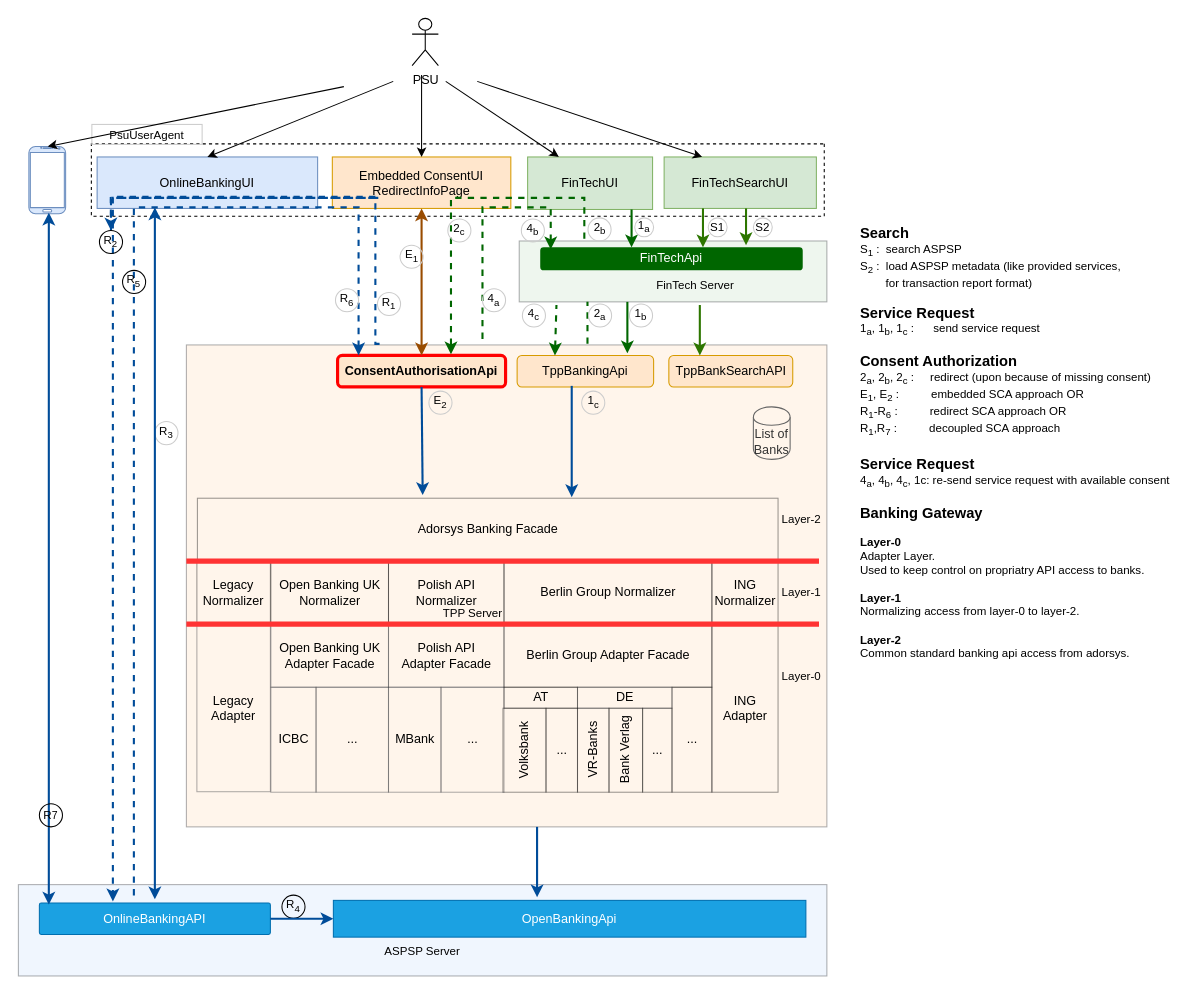
The draw.io diagram page "BankingGateway" (4 of 11) of docs/architecture/big-picture.drawio in adorsys/open-banking-gateway, before the edit. Source tidied: cells renumbered, new cells numbered last; positions are measured from the earlier drawing's top-left corner, leaving out a move shared by most shapes. Both pictures are drawn from the tidied source at 105%, with x=0, y=0 at pixel (18, -187).
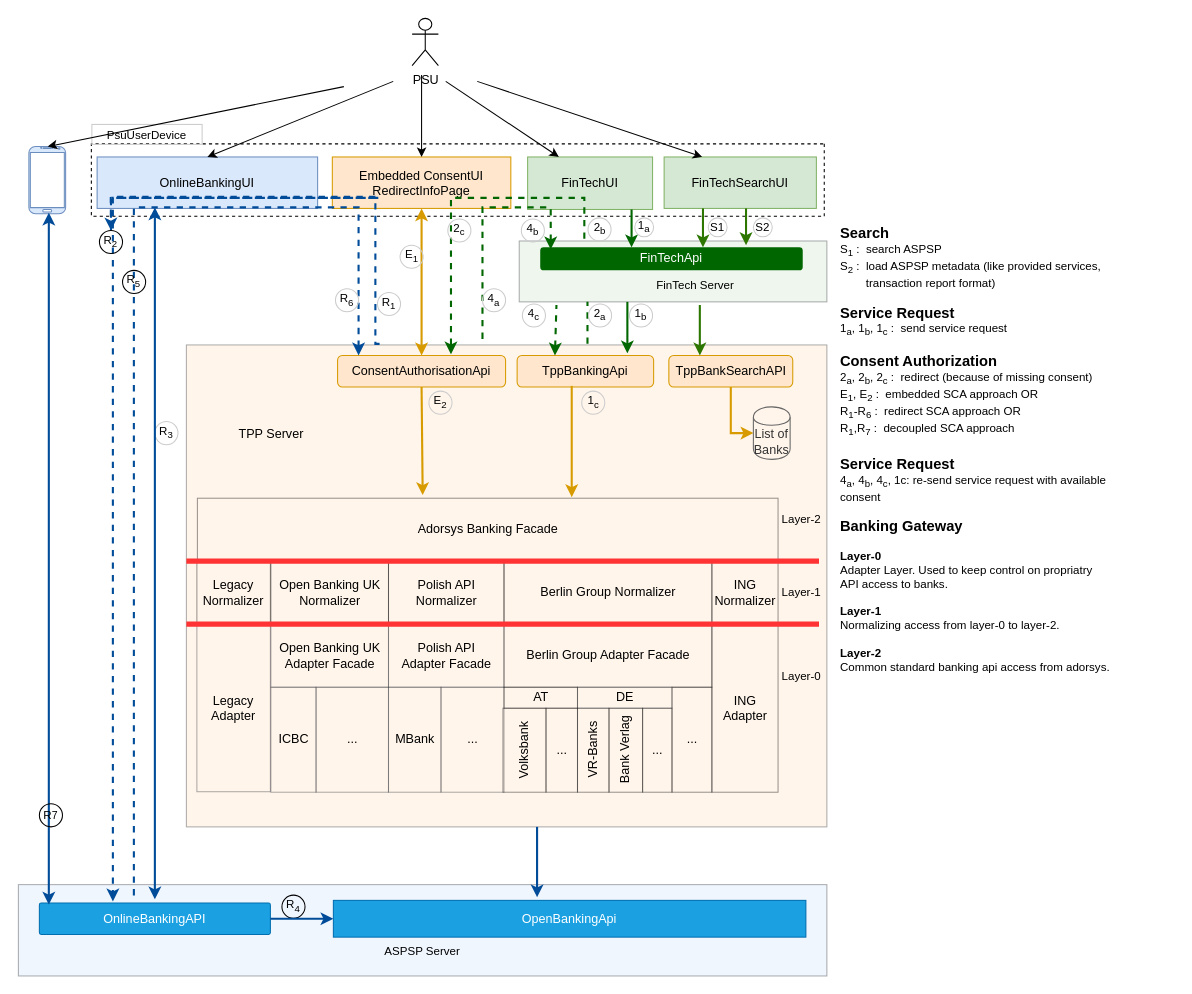
After the change.

The change refers to these unchanged cells:
```xml
<mxCell id="7" value="Embedded ConsentUI&lt;br&gt;RedirectInfoPage" style="rounded=0;whiteSpace=wrap;html=1;fillColor=#ffe6cc;strokeColor=#d79b00;fontColor=#000000;" parent="1" vertex="1">
  <mxGeometry x="299" y="327" width="170" height="49" as="geometry" />
</mxCell>
<mxCell id="47" value="Adorsys Banking Facade" style="rounded=0;whiteSpace=wrap;html=1;strokeColor=#000000;strokeWidth=1;fillColor=none;fontColor=#000000;opacity=40;" parent="1" vertex="1">
  <mxGeometry x="170.5" y="652" width="553" height="60" as="geometry" />
</mxCell>
<mxCell id="70" value="TppBankSearchAPI" style="rounded=1;whiteSpace=wrap;html=1;rotation=0;fillColor=#ffe6cc;strokeColor=#d79b00;fontColor=#000000;" parent="1" vertex="1">
  <mxGeometry x="619.5" y="516" width="118" height="30" as="geometry" />
</mxCell>
<mxCell id="79" value="List of Banks" style="shape=cylinder;whiteSpace=wrap;html=1;boundedLbl=1;backgroundOutline=1;rounded=1;fillColor=none;strokeColor=#666666;fontColor=#333333;" parent="1" vertex="1">
  <mxGeometry x="700" y="565" width="35" height="50" as="geometry" />
</mxCell>
```

Diff of the diagram source:
```diff
@@
-    <mxCell id="3" value="&lt;br&gt;&lt;br&gt;&lt;br&gt;&lt;br&gt;TPP Server&amp;nbsp;&amp;nbsp;&amp;nbsp;&amp;nbsp;&amp;nbsp;&amp;nbsp;&amp;nbsp;&amp;nbsp;&amp;nbsp;&amp;nbsp;&amp;nbsp;&amp;nbsp;&amp;nbsp;&amp;nbsp;&amp;nbsp;&amp;nbsp;&amp;nbsp;&amp;nbsp;&amp;nbsp;&amp;nbsp;&amp;nbsp; " style="rounded=0;whiteSpace=wrap;html=1;strokeColor=#36393d;strokeWidth=1;fillColor=#FFE6CC;fontSize=11;opacity=40;" parent="1" vertex="1">
+    <mxCell id="3" style="rounded=0;whiteSpace=wrap;html=1;strokeColor=#36393d;strokeWidth=1;fillColor=#FFE6CC;fontSize=11;opacity=40;" parent="1" vertex="1">
       <mxGeometry x="160" y="506" width="610" height="459" as="geometry" />
     </mxCell>
@@
-    <mxCell id="10" value="&lt;b&gt;ConsentAuthorisationApi&lt;/b&gt;" style="rounded=1;whiteSpace=wrap;html=1;rotation=0;fillColor=#ffe6cc;strokeColor=#FF0000;fontColor=#000000;strokeWidth=3;" parent="1" vertex="1">
+    <mxCell id="10" value="&lt;span&gt;ConsentAuthorisationApi&lt;/span&gt;" style="rounded=1;whiteSpace=wrap;html=1;rotation=0;fillColor=#ffe6cc;strokeColor=#D79B00;fontColor=#000000;strokeWidth=1;fontStyle=0;" parent="1" vertex="1">
       <mxGeometry x="304" y="516" width="160" height="30" as="geometry" />
     </mxCell>
-    <mxCell id="11" style="edgeStyle=orthogonalEdgeStyle;rounded=0;jettySize=auto;html=1;exitX=0.5;exitY=1;exitDx=0;exitDy=0;entryX=0.5;entryY=0;entryDx=0;entryDy=0;strokeColor=#994C00;strokeWidth=2;fontColor=#FFFFFF;startArrow=classic;startFill=1;" parent="1" edge="1" source="7" target="10">
+    <mxCell id="11" style="edgeStyle=orthogonalEdgeStyle;rounded=0;jettySize=auto;html=1;exitX=0.5;exitY=1;exitDx=0;exitDy=0;entryX=0.5;entryY=0;entryDx=0;entryDy=0;strokeColor=#D79B00;strokeWidth=2;fontColor=#FFFFFF;startArrow=classic;startFill=1;" parent="1" edge="1" source="7" target="10">
       <mxGeometry relative="1" as="geometry" />
     </mxCell>
@@
-    <mxCell id="39" value="PsuUserAgent" style="rounded=0;whiteSpace=wrap;html=1;strokeColor=#CCCCCC;strokeWidth=1;fillColor=none;fontSize=11;" parent="1" vertex="1">
+    <mxCell id="39" value="PsuUserDevice" style="rounded=0;whiteSpace=wrap;html=1;strokeColor=#CCCCCC;strokeWidth=1;fillColor=none;fontSize=11;" parent="1" vertex="1">
       <mxGeometry x="70" y="296" width="105" height="19" as="geometry" />
     </mxCell>
@@
+    <mxCell id="93" style="edgeStyle=orthogonalEdgeStyle;rounded=0;jettySize=auto;html=1;exitX=0.5;exitY=1;exitDx=0;exitDy=0;entryX=0;entryY=0.5;entryDx=0;entryDy=0;strokeColor=#D79B00;strokeWidth=2;" parent="1" edge="1" source="70" target="79">
+      <mxGeometry relative="1" as="geometry" />
+    </mxCell>
@@
-    <mxCell id="76" value="&lt;b&gt;&lt;font style=&quot;font-size: 14px&quot;&gt;Search&lt;/font&gt;&lt;/b&gt;&lt;br&gt;S&lt;sub&gt;1&lt;/sub&gt;&amp;nbsp;:&amp;nbsp; search ASPSP&lt;br&gt;S&lt;sub&gt;2&lt;/sub&gt;&amp;nbsp;:&amp;nbsp; load ASPSP metadata (like provided services, &lt;br&gt;&amp;nbsp; &amp;nbsp; &amp;nbsp; &amp;nbsp; for transaction report format)&lt;br&gt;&lt;br&gt;&lt;div&gt;&lt;b&gt;&lt;font style=&quot;font-size: 14px&quot;&gt;Service Request&lt;/font&gt;&lt;/b&gt;&lt;/div&gt;&lt;div&gt;1&lt;sub&gt;a&lt;/sub&gt;, 1&lt;sub&gt;b&lt;/sub&gt;, 1&lt;sub&gt;c&lt;/sub&gt;&amp;nbsp;:&amp;nbsp; &amp;nbsp; &amp;nbsp; send service request&lt;/div&gt;&lt;div&gt;&lt;br&gt;&lt;/div&gt;&lt;div style=&quot;font-size: 14px&quot;&gt;&lt;b&gt;Consent Authorization&lt;/b&gt;&lt;/div&gt;&lt;div&gt;2&lt;sub&gt;a&lt;/sub&gt;, 2&lt;sub&gt;b&lt;/sub&gt;, 2&lt;sub&gt;c&lt;/sub&gt;&amp;nbsp;:&amp;nbsp; &amp;nbsp; &amp;nbsp;redirect (upon because of missing consent)&lt;br&gt;&lt;/div&gt;&lt;div&gt;E&lt;sub&gt;1&lt;/sub&gt;, E&lt;sub&gt;2&lt;/sub&gt;&amp;nbsp;:&amp;nbsp; &amp;nbsp; &amp;nbsp; &amp;nbsp; &amp;nbsp; embedded SCA approach OR&amp;nbsp; &amp;nbsp; &amp;nbsp; &amp;nbsp;&lt;/div&gt;&lt;div&gt;R&lt;sub&gt;1&lt;/sub&gt;-R&lt;sub&gt;6&lt;/sub&gt;&amp;nbsp;:&amp;nbsp; &amp;nbsp; &amp;nbsp; &amp;nbsp; &amp;nbsp; redirect SCA approach OR&lt;/div&gt;&lt;div&gt;R&lt;sub&gt;1&lt;/sub&gt;,R&lt;sub&gt;7&lt;/sub&gt;&amp;nbsp;:&amp;nbsp; &amp;nbsp; &amp;nbsp; &amp;nbsp; &amp;nbsp; decoupled SCA approach&lt;/div&gt;&lt;div&gt;&lt;b&gt;&lt;font style=&quot;font-size: 14px&quot;&gt;&lt;br&gt;&lt;/font&gt;&lt;/b&gt;&lt;/div&gt;&lt;div&gt;&lt;b&gt;&lt;font style=&quot;font-size: 14px&quot;&gt;Service Request&lt;/font&gt;&lt;/b&gt;&lt;/div&gt;&lt;div&gt;4&lt;sub&gt;a&lt;/sub&gt;, 4&lt;sub&gt;b&lt;/sub&gt;, 4&lt;sub&gt;c&lt;/sub&gt;, 1c: re-send service request with available consent&lt;/div&gt;&lt;div&gt;&lt;br&gt;&lt;/div&gt;&lt;b&gt;&lt;font style=&quot;font-size: 14px&quot;&gt;Banking Gateway&lt;/font&gt;&lt;/b&gt;&lt;br&gt;&lt;br&gt;&lt;b&gt;Layer-0&lt;/b&gt;&lt;br&gt;Adapter Layer.&amp;nbsp;&lt;br&gt;Used to keep control on propriatry API access to banks.&lt;br&gt;&lt;br&gt;&lt;b&gt;Layer-1&lt;/b&gt;&lt;br&gt;Normalizing access from layer-0 to layer-2.&lt;br&gt;&lt;br&gt;&lt;b&gt;Layer-2&lt;/b&gt;&lt;br&gt;Common standard banking api access from adorsys." style="text;html=1;strokeColor=none;fillColor=none;align=left;verticalAlign=top;whiteSpace=wrap;rounded=0;fontSize=11;fontColor=#000000;" parent="1" vertex="1">
-      <mxGeometry x="800" y="385" width="300" height="455" as="geometry" />
+    <mxCell id="76" value="&lt;b&gt;&lt;font style=&quot;font-size: 14px&quot;&gt;Search&lt;/font&gt;&lt;/b&gt;&lt;br&gt;S&lt;sub&gt;1&lt;/sub&gt;&amp;nbsp;:&amp;nbsp; search ASPSP&lt;br&gt;S&lt;sub&gt;2&lt;/sub&gt;&amp;nbsp;:&amp;nbsp; load ASPSP metadata (like provided services, &lt;br&gt;&amp;nbsp; &amp;nbsp; &amp;nbsp; &amp;nbsp; transaction report format)&lt;br&gt;&lt;br&gt;&lt;div&gt;&lt;b&gt;&lt;font style=&quot;font-size: 14px&quot;&gt;Service Request&lt;/font&gt;&lt;/b&gt;&lt;/div&gt;&lt;div&gt;1&lt;sub&gt;a&lt;/sub&gt;, 1&lt;sub&gt;b&lt;/sub&gt;, 1&lt;sub&gt;c&lt;/sub&gt;&amp;nbsp;:&amp;nbsp; send service request&lt;/div&gt;&lt;div&gt;&lt;br&gt;&lt;/div&gt;&lt;div style=&quot;font-size: 14px&quot;&gt;&lt;b&gt;Consent Authorization&lt;/b&gt;&lt;/div&gt;&lt;div&gt;2&lt;sub&gt;a&lt;/sub&gt;, 2&lt;sub&gt;b&lt;/sub&gt;, 2&lt;sub&gt;c&lt;/sub&gt;&amp;nbsp;:&amp;nbsp; redirect (because of missing consent)&lt;br&gt;&lt;/div&gt;&lt;div&gt;E&lt;sub&gt;1&lt;/sub&gt;, E&lt;sub&gt;2&lt;/sub&gt;&amp;nbsp;:&amp;nbsp; embedded SCA approach OR&amp;nbsp; &amp;nbsp; &amp;nbsp; &amp;nbsp;&lt;/div&gt;&lt;div&gt;R&lt;sub&gt;1&lt;/sub&gt;-R&lt;sub&gt;6&lt;/sub&gt;&amp;nbsp;:&amp;nbsp; redirect SCA approach OR&lt;/div&gt;&lt;div&gt;R&lt;sub&gt;1&lt;/sub&gt;,R&lt;sub&gt;7&lt;/sub&gt;&amp;nbsp;:&amp;nbsp; decoupled SCA approach&lt;/div&gt;&lt;div&gt;&lt;b&gt;&lt;font style=&quot;font-size: 14px&quot;&gt;&lt;br&gt;&lt;/font&gt;&lt;/b&gt;&lt;/div&gt;&lt;div&gt;&lt;b&gt;&lt;font style=&quot;font-size: 14px&quot;&gt;Service Request&lt;/font&gt;&lt;/b&gt;&lt;/div&gt;&lt;div&gt;4&lt;sub&gt;a&lt;/sub&gt;, 4&lt;sub&gt;b&lt;/sub&gt;, 4&lt;sub&gt;c&lt;/sub&gt;, 1c: re-send service request with available consent&lt;/div&gt;&lt;div&gt;&lt;br&gt;&lt;/div&gt;&lt;b&gt;&lt;font style=&quot;font-size: 14px&quot;&gt;Banking Gateway&lt;/font&gt;&lt;/b&gt;&lt;br&gt;&lt;br&gt;&lt;b&gt;Layer-0&lt;/b&gt;&lt;br&gt;Adapter Layer.&amp;nbsp;Used to keep control on propriatry API access to banks.&lt;br&gt;&lt;br&gt;&lt;b&gt;Layer-1&lt;/b&gt;&lt;br&gt;Normalizing access from layer-0 to layer-2.&lt;br&gt;&lt;br&gt;&lt;b&gt;Layer-2&lt;/b&gt;&lt;br&gt;Common standard banking api access from adorsys." style="text;html=1;strokeColor=none;fillColor=none;align=left;verticalAlign=top;whiteSpace=wrap;rounded=0;fontSize=11;fontColor=#000000;" parent="1" vertex="1">
+      <mxGeometry x="781" y="385" width="260" height="455" as="geometry" />
     </mxCell>
@@
-    <mxCell id="86" style="endArrow=classic;html=1;strokeColor=#004C99;strokeWidth=2;entryX=0.388;entryY=-0.05;entryDx=0;entryDy=0;entryPerimeter=0;exitX=0.5;exitY=1;exitDx=0;exitDy=0;" parent="1" edge="1" source="10" target="47">
+    <mxCell id="86" style="endArrow=classic;html=1;strokeColor=#D79B00;strokeWidth=2;entryX=0.388;entryY=-0.05;entryDx=0;entryDy=0;entryPerimeter=0;exitX=0.5;exitY=1;exitDx=0;exitDy=0;" parent="1" edge="1" source="10" target="47">
       <mxGeometry relative="1" as="geometry" />
     </mxCell>
-    <mxCell id="87" style="endArrow=classic;html=1;strokeColor=#004C99;strokeWidth=2;" parent="1" edge="1">
+    <mxCell id="87" style="endArrow=classic;html=1;strokeColor=#D79B00;strokeWidth=2;" parent="1" edge="1">
       <mxGeometry relative="1" as="geometry">
         <mxPoint x="527" y="545" as="sourcePoint" />
         <mxPoint x="527" y="651" as="targetPoint" />
       </mxGeometry>
     </mxCell>
@@
+    <mxCell id="94" value="TPP Server" style="text;html=1;strokeColor=none;fillColor=none;align=center;verticalAlign=middle;whiteSpace=wrap;rounded=0;" parent="1" vertex="1">
+      <mxGeometry x="170.5" y="581" width="140" height="20" as="geometry" />
+    </mxCell>
```
